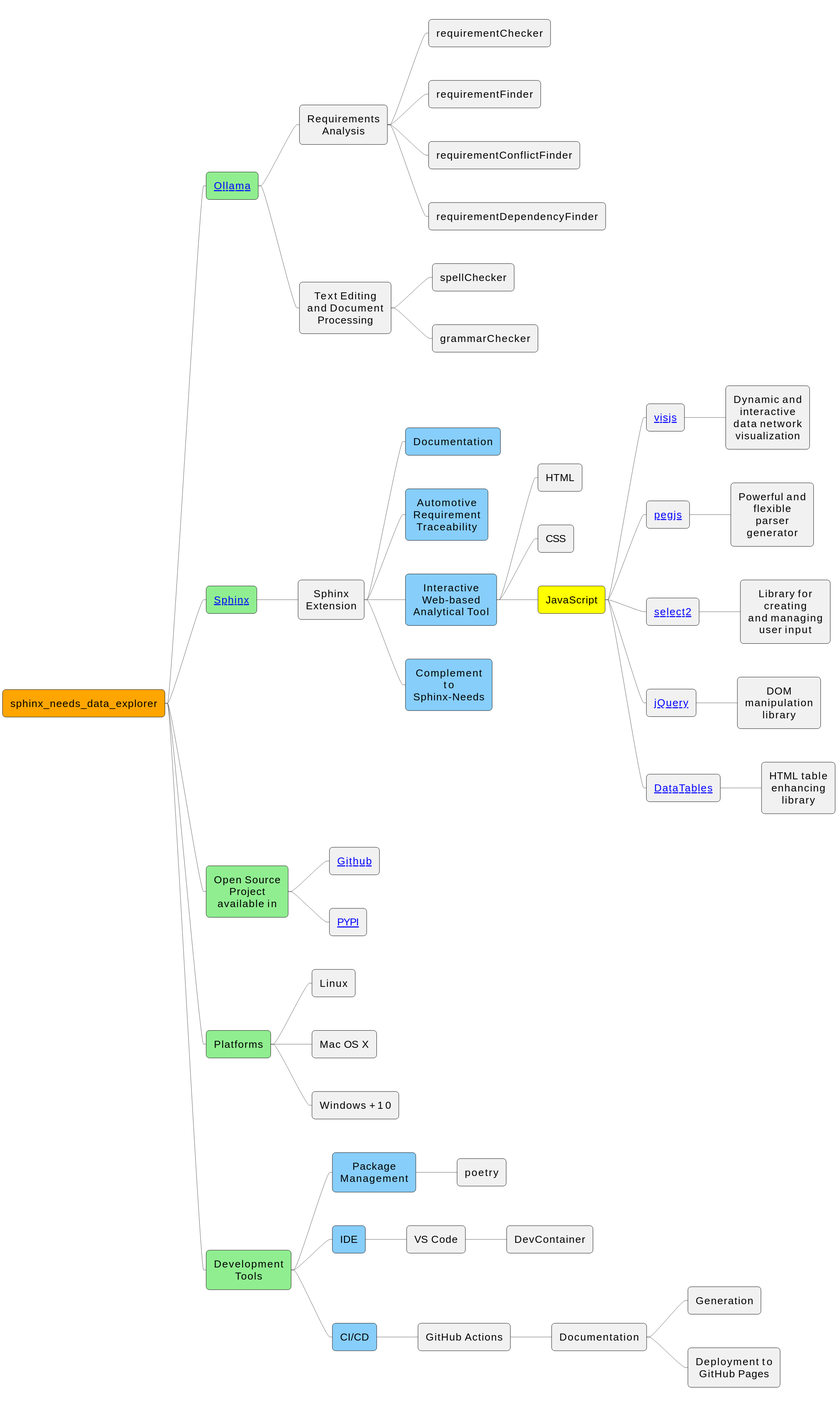
Earlier version of the PlantUML export doc/source/images/sphinx_needs_data_explorer.svg (mi-parkes/sphinx-needs-data-explorer). The source it was exported from:
```plantuml
@startmindmap sphinx_needs_data_explorer


skinparam defaultFontSize 40%
skinparam DefaultTextAlignment center


<style>
  mindmapDiagram {
   node {
    Padding 30
    Margin 65
    MaximumWidth 300
  }
</style>

left to right direction
!$rootColor="#Orange"

!procedure $mcolor($arg1,$arg2)
<color:blue>[[ $arg1 $arg2 ]]</color>
!endprocedure

*[$rootColor] sphinx_needs_data_explorer
**[#lightgreen] [[ https://github.com/ollama/ollama/blob/main/README.md Ollama ]]
*** Requirements Analysis
**** requirementChecker
**** requirementFinder
**** requirementConflictFinder
**** requirementDependencyFinder
*** Text Editing and Document Processing
**** spellChecker
**** grammarChecker
**[#lightgreen] [[ https://www.sphinx-doc.org/en/master/ Sphinx ]]
*** Sphinx Extension
****[#LightSkyBlue] Documentation
****[#LightSkyBlue] Automotive Requirement\nTraceability
****[#LightSkyBlue] Interactive Web-based\nAnalytical Tool
***** HTML
***** CSS
*****[#Yellow] JavaScript
****** [[ https://visjs.org visjs ]]
******* Dynamic and interactive\ndata network visualization
****** [[ https://github.com/peggyjs/peggy pegjs ]]
******* Powerful and flexible\nparser generator
****** [[ https://github.com/select2/select2 select2 ]]
******* Library for creating\nand managing user input
****** [[ https://github.com/jquery/jquery jQuery ]]
******* DOM manipulation library
****** [[ https://github.com/DataTables/DataTablesSrc DataTables ]]
******* HTML table enhancing library
****[#LightSkyBlue] Complement to Sphinx-Needs
**[#lightgreen] Open Source Project\navailable in
*** [[ https://github.com/mi-parkes/sphinx-needs-data-explorer Github ]]
*** [[ https://pypi.org/project/sphinx-needs-data-explorer PYPI ]]
**[#lightgreen] Platforms
*** Linux
*** Mac OS X
*** Windows +10
**[#lightgreen] Development Tools
***[#LightSkyBlue] Package Management
**** poetry
***[#LightSkyBlue] IDE
**** VS Code
***** DevContainer
***[#LightSkyBlue]  CI/CD
**** GitHub Actions
***** Documentation
****** Generation
****** Deployment to GitHub Pages
@endmindmap
```
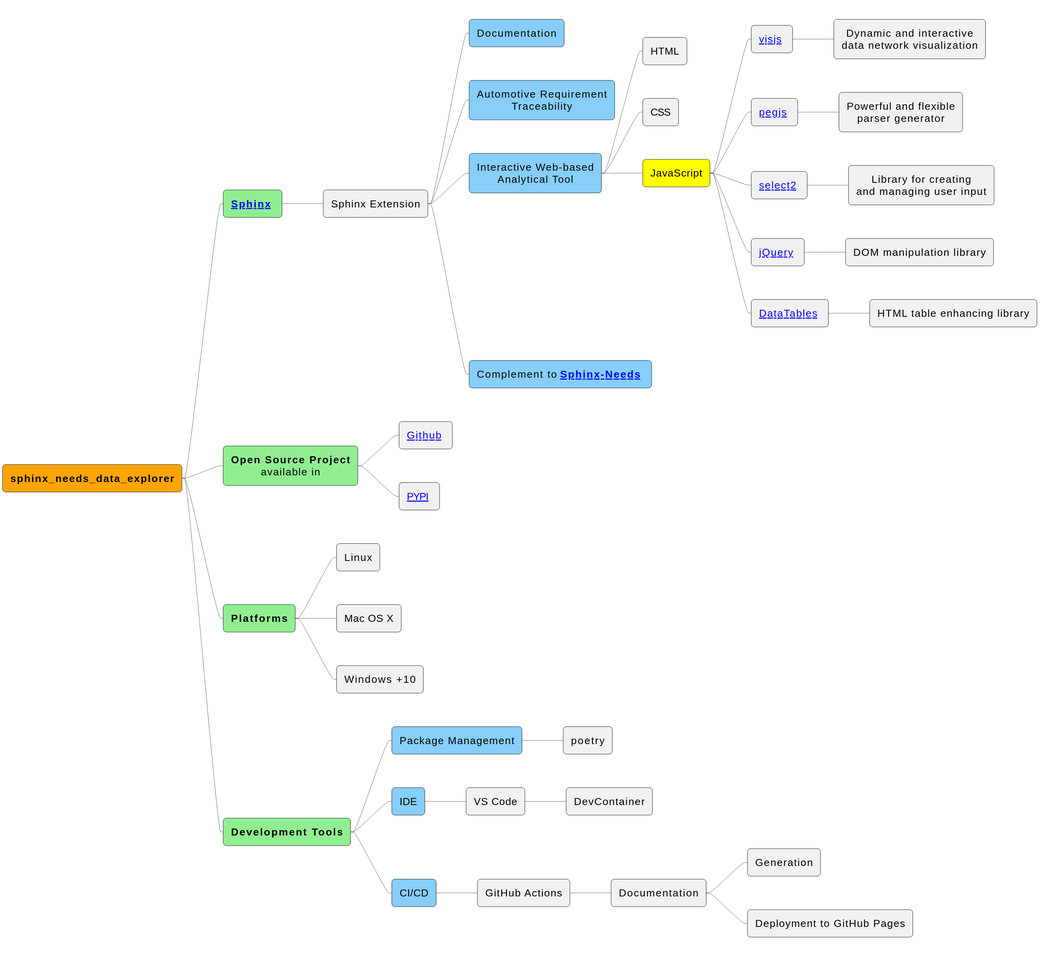
After the change.

Change to the diagram source:
```diff
@@ -10,28 +10,20 @@
    node {
     Padding 30
     Margin 65
-    MaximumWidth 300
+    MaximumWidth 00
   }
 </style>
 
 left to right direction
 !$rootColor="#Orange"
+!$Implemented="#Tomato"
 
 !procedure $mcolor($arg1,$arg2)
 <color:blue>[[ $arg1 $arg2 ]]</color>
 !endprocedure
 
-*[$rootColor] sphinx_needs_data_explorer
-**[#lightgreen] [[ https://github.com/ollama/ollama/blob/main/README.md Ollama ]]
-*** Requirements Analysis
-**** requirementChecker
-**** requirementFinder
-**** requirementConflictFinder
-**** requirementDependencyFinder
-*** Text Editing and Document Processing
-**** spellChecker
-**** grammarChecker
-**[#lightgreen] [[ https://www.sphinx-doc.org/en/master/ Sphinx ]]
+*[$rootColor] **sphinx_needs_data_explorer**
+**[#lightgreen] **[[ https://www.sphinx-doc.org/en/master/ Sphinx ]]**
 *** Sphinx Extension
 ****[#LightSkyBlue] Documentation
 ****[#LightSkyBlue] Automotive Requirement\nTraceability
@@ -49,15 +41,15 @@
 ******* DOM manipulation library
 ****** [[ https://github.com/DataTables/DataTablesSrc DataTables ]]
 ******* HTML table enhancing library
-****[#LightSkyBlue] Complement to Sphinx-Needs
-**[#lightgreen] Open Source Project\navailable in
+****[#LightSkyBlue] Complement to **[[ https://www.sphinx-needs.com Sphinx-Needs ]]**
+**[#lightgreen] **Open Source Project**\navailable in
 *** [[ https://github.com/mi-parkes/sphinx-needs-data-explorer Github ]]
 *** [[ https://pypi.org/project/sphinx-needs-data-explorer PYPI ]]
-**[#lightgreen] Platforms
+**[#lightgreen] **Platforms**
 *** Linux
 *** Mac OS X
 *** Windows +10
-**[#lightgreen] Development Tools
+**[#lightgreen] **Development Tools**
 ***[#LightSkyBlue] Package Management
 **** poetry
 ***[#LightSkyBlue] IDE
```
